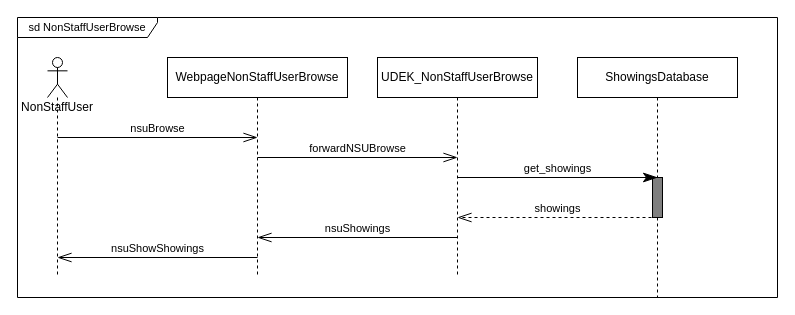
Earlier version of the draw.io diagram a05_sequence_diagram_r04r08.drawio (melvdlin/swtlab). Source tidied: cells renumbered, new cells numbered last; positions are measured from the earlier drawing's top-left corner, leaving out a move shared by most shapes. Both pictures are drawn from the tidied source at 100%, with x=0, y=0 at pixel (17, 17).
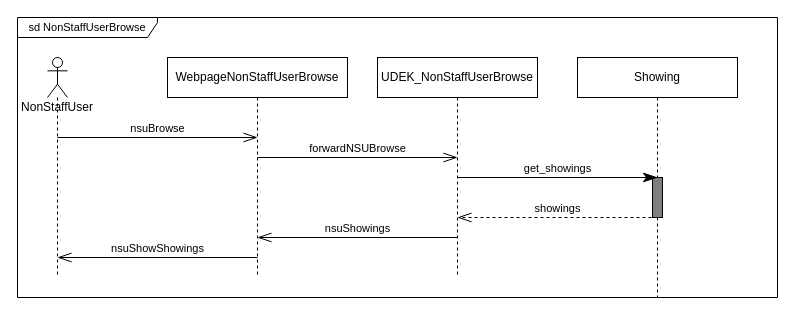
The same diagram, later.

What changed in the source:
```diff
@@
-    <mxCell id="7" value="ShowingsDatabase" style="shape=umlLifeline;perimeter=lifelinePerimeter;whiteSpace=wrap;html=1;" parent="3" vertex="1">
+    <mxCell id="7" value="Showing" style="shape=umlLifeline;perimeter=lifelinePerimeter;whiteSpace=wrap;html=1;" parent="3" vertex="1">
       <mxGeometry x="560" y="40" width="160" height="240" as="geometry" />
     </mxCell>
```
